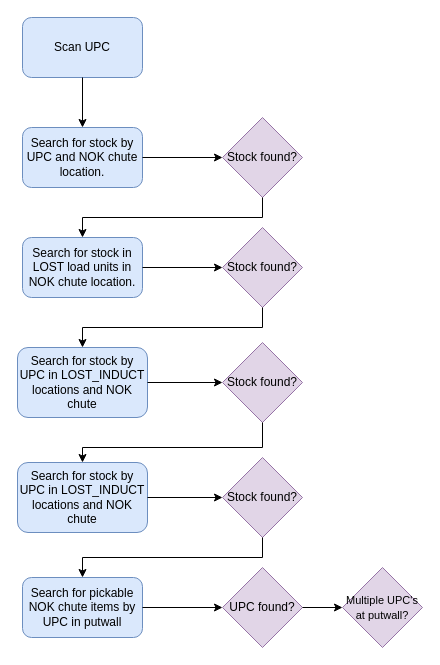
Above: Untitled Diagram.drawio in itzelvigil/RepositorioPrueba (draw.io), before the change. Source tidied: cells renumbered, new cells numbered last; positions are measured from the earlier drawing's top-left corner, leaving out a move shared by most shapes. Both pictures are drawn from the tidied source at 100%, with x=0, y=0 at pixel (17, 17).
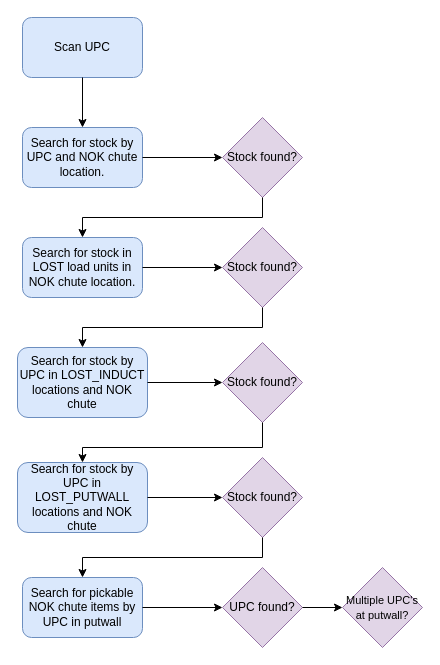
Above is the later version.

Change to the diagram source:
```diff
@@
-    <mxCell id="12" value="Search for stock by UPC in LOST_INDUCT locations and NOK chute" style="rounded=1;whiteSpace=wrap;html=1;fillColor=#dae8fc;strokeColor=#6c8ebf;" parent="1" vertex="1">
+    <mxCell id="12" value="Search for stock by UPC in LOST_PUTWALL locations and NOK chute" style="rounded=1;whiteSpace=wrap;html=1;fillColor=#dae8fc;strokeColor=#6c8ebf;" parent="1" vertex="1">
       <mxGeometry y="445" width="130" height="70" as="geometry" />
     </mxCell>
```
